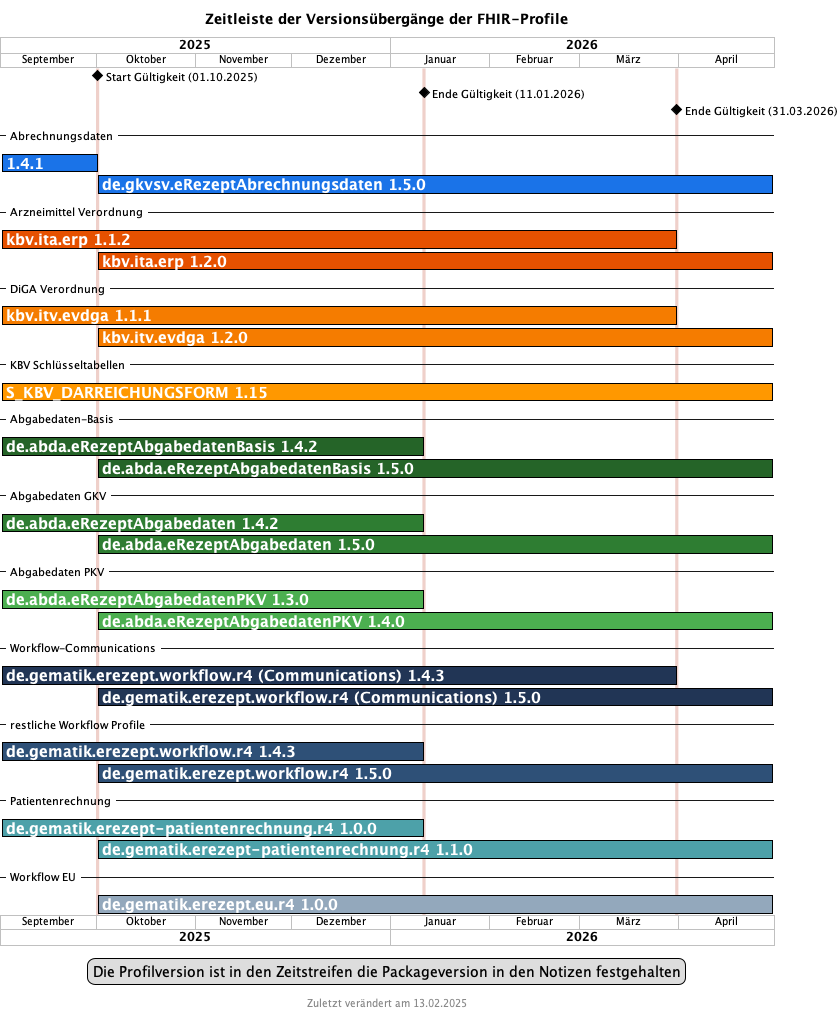
This is images/puml_fhir_version_timeline.png from gematik/api-erp, a PlantUML export, as it was before one commit.
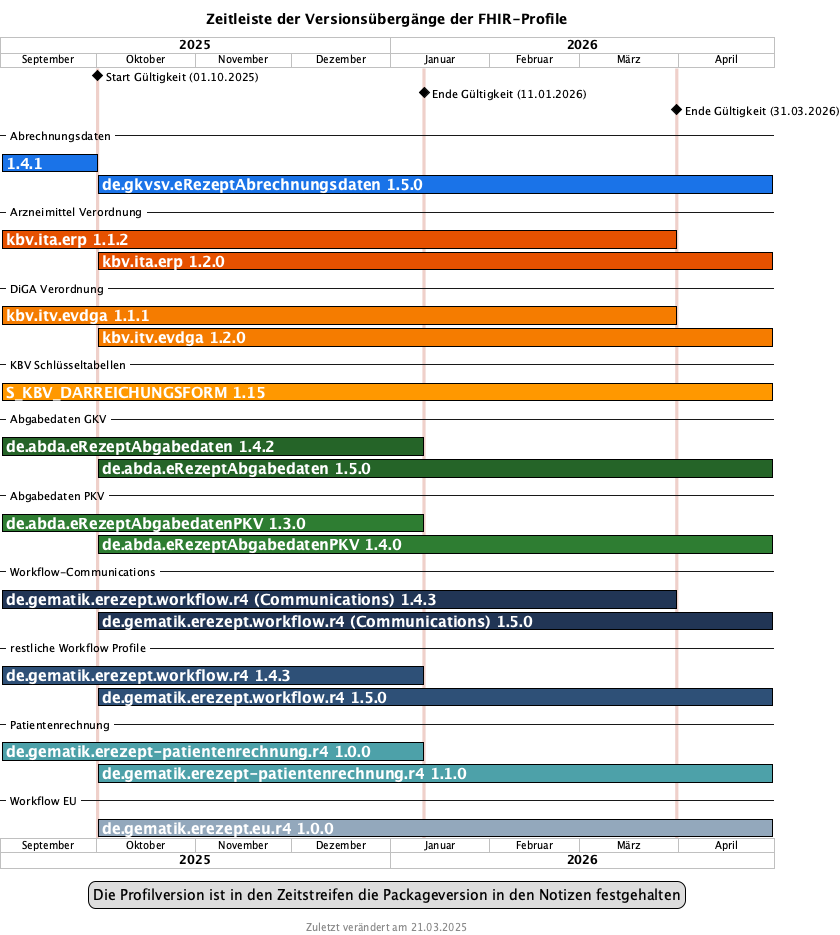
The same diagram one commit later.

Commit message:
remove abgabedatenbasis for timeline

Change to the diagram source:
```diff
@@ -13,7 +13,7 @@
 }
 </style>
 title Zeitleiste der Versionsübergänge der FHIR-Profile
-footer Zuletzt verändert am 13.02.2025
+footer Zuletzt verändert am 21.03.2025
 
 projectscale monthly zoom 3
 Project starts 2025-09-01
@@ -50,23 +50,17 @@
 [S_KBV_DARREICHUNGSFORM 1.15] starts 2025-09-01 and ends 2026-04-30
 [S_KBV_DARREICHUNGSFORM 1.15] is colored in #ff9800/black
 
--- Abgabedaten-Basis --
-[de.abda.eRezeptAbgabedatenBasis 1.4.2] starts 2025-09-01 and ends 2026-01-11
-[de.abda.eRezeptAbgabedatenBasis 1.4.2] is colored in #256428/black
-[de.abda.eRezeptAbgabedatenBasis 1.5.0] starts 2025-10-01 and ends 2026-04-30
-[de.abda.eRezeptAbgabedatenBasis 1.5.0] is colored in #256428/black
-
 -- Abgabedaten GKV --
 [de.abda.eRezeptAbgabedaten 1.4.2] starts 2025-09-01 and ends 2026-01-11
-[de.abda.eRezeptAbgabedaten 1.4.2] is colored in #2e7d32/black
+[de.abda.eRezeptAbgabedaten 1.4.2] is colored in #256428/black
 [de.abda.eRezeptAbgabedaten 1.5.0] starts 2025-10-01 and ends 2026-04-30
-[de.abda.eRezeptAbgabedaten 1.5.0] is colored in #2e7d32/black
+[de.abda.eRezeptAbgabedaten 1.5.0] is colored in #256428/black
 
 -- Abgabedaten PKV --
 [de.abda.eRezeptAbgabedatenPKV 1.3.0] starts 2025-09-01 and ends 2026-01-11
-[de.abda.eRezeptAbgabedatenPKV 1.3.0] is colored in #4caf50/black
+[de.abda.eRezeptAbgabedatenPKV 1.3.0] is colored in #2e7d32/black
 [de.abda.eRezeptAbgabedatenPKV 1.4.0] starts 2025-10-01 and ends 2026-04-30
-[de.abda.eRezeptAbgabedatenPKV 1.4.0] is colored in #4caf50/black
+[de.abda.eRezeptAbgabedatenPKV 1.4.0] is colored in #2e7d32/black
 
 -- Workflow-Communications --
 
```
